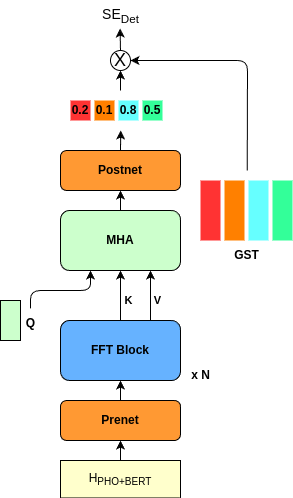
Above: docs/doc/diagrams/deterministic.drawio.png in WiktorProsowicz/ddpm-gst-speech-synthesis (draw.io), before the change. Source tidied: cells renumbered, new cells last; positions are measured from the earlier drawing's top-left corner, leaving out a move shared by most shapes.
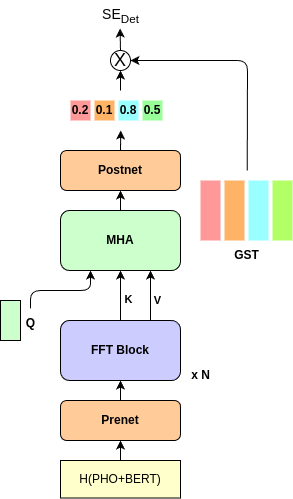
The same file after the commit.

What changed in the source:
```diff
@@ -11,13 +11,13 @@
     <mxCell id="4" style="edgeStyle=none;html=1;exitX=0.5;exitY=0;exitDx=0;exitDy=0;entryX=0.5;entryY=1;entryDx=0;entryDy=0;" parent="1" edge="1" source="5" target="7">
       <mxGeometry relative="1" as="geometry" />
     </mxCell>
-    <mxCell id="5" value="H&lt;sub&gt;PHO+BERT&lt;/sub&gt;" style="rounded=0;whiteSpace=wrap;html=1;fillColor=#FFFFCC;" parent="1" vertex="1">
+    <mxCell id="5" value="H(PHO+BERT)" style="rounded=0;whiteSpace=wrap;html=1;fillColor=#FFFFCC;" parent="1" vertex="1">
       <mxGeometry x="60" y="460" width="120" height="37.5" as="geometry" />
     </mxCell>
     <mxCell id="6" style="edgeStyle=none;html=1;exitX=0.5;exitY=0;exitDx=0;exitDy=0;entryX=0.5;entryY=1;entryDx=0;entryDy=0;" parent="1" edge="1" source="7" target="11">
       <mxGeometry relative="1" as="geometry" />
     </mxCell>
-    <mxCell id="7" value="&lt;b&gt;Prenet&lt;/b&gt;" style="rounded=1;whiteSpace=wrap;html=1;fillColor=#FF9933;" parent="1" vertex="1">
+    <mxCell id="7" value="&lt;b&gt;Prenet&lt;/b&gt;" style="rounded=1;whiteSpace=wrap;html=1;fillColor=#FFCC99;" parent="1" vertex="1">
       <mxGeometry x="60" y="400" width="120" height="40" as="geometry" />
     </mxCell>
     <mxCell id="8" style="edgeStyle=none;html=1;exitX=0.5;exitY=0;exitDx=0;exitDy=0;" parent="1" edge="1" source="9">
@@ -25,13 +25,13 @@
         <mxPoint x="120.2" y="130" as="targetPoint" />
       </mxGeometry>
     </mxCell>
-    <mxCell id="9" value="&lt;b&gt;Postnet&lt;/b&gt;" style="rounded=1;whiteSpace=wrap;html=1;fillColor=#FF9933;" parent="1" vertex="1">
+    <mxCell id="9" value="&lt;b&gt;Postnet&lt;/b&gt;" style="rounded=1;whiteSpace=wrap;html=1;fillColor=#FFCC99;" parent="1" vertex="1">
       <mxGeometry x="60" y="150" width="120" height="40" as="geometry" />
     </mxCell>
     <mxCell id="10" style="group;" parent="1" vertex="1">
       <mxGeometry x="60" y="320" width="160" height="70" as="geometry" />
     </mxCell>
-    <mxCell id="11" value="&lt;b&gt;FFT Block&lt;/b&gt;" style="rounded=1;whiteSpace=wrap;html=1;fillColor=#66B2FF;" parent="10" vertex="1">
+    <mxCell id="11" value="&lt;b&gt;FFT Block&lt;/b&gt;" style="rounded=1;whiteSpace=wrap;html=1;fillColor=#CCCCFF;" parent="10" vertex="1">
       <mxGeometry width="120" height="60" as="geometry" />
     </mxCell>
     <mxCell id="12" value="&lt;b&gt;x N&lt;/b&gt;" style="text;html=1;align=center;verticalAlign=middle;strokeColor=none;fillColor=none;" parent="10" vertex="1">
@@ -71,16 +71,16 @@
     <mxCell id="21" style="group;" parent="1" vertex="1">
       <mxGeometry x="70" y="100" width="92" height="20" as="geometry" />
     </mxCell>
-    <mxCell id="22" value="&lt;b&gt;0.2&lt;/b&gt;" style="rounded=0;whiteSpace=wrap;html=1;strokeColor=none;fillColor=#FF3333;" parent="21" vertex="1">
+    <mxCell id="22" value="&lt;b&gt;0.2&lt;/b&gt;" style="rounded=0;whiteSpace=wrap;html=1;strokeColor=none;fillColor=#FF9999;" parent="21" vertex="1">
       <mxGeometry width="20" height="20" as="geometry" />
     </mxCell>
-    <mxCell id="23" value="&lt;b&gt;0.1&lt;/b&gt;" style="rounded=0;whiteSpace=wrap;html=1;strokeColor=none;fillColor=#FF8000;" parent="21" vertex="1">
+    <mxCell id="23" value="&lt;b&gt;0.1&lt;/b&gt;" style="rounded=0;whiteSpace=wrap;html=1;strokeColor=none;fillColor=#FFB366;" parent="21" vertex="1">
       <mxGeometry x="24" width="20" height="20" as="geometry" />
     </mxCell>
-    <mxCell id="24" value="&lt;b&gt;0.8&lt;/b&gt;" style="rounded=0;whiteSpace=wrap;html=1;strokeColor=none;fillColor=#66FFFF;" parent="21" vertex="1">
+    <mxCell id="24" value="&lt;b&gt;0.8&lt;/b&gt;" style="rounded=0;whiteSpace=wrap;html=1;strokeColor=none;fillColor=#99FFFF;" parent="21" vertex="1">
       <mxGeometry x="48" width="20" height="20" as="geometry" />
     </mxCell>
-    <mxCell id="25" value="&lt;b&gt;0.5&lt;/b&gt;" style="rounded=0;whiteSpace=wrap;html=1;strokeColor=none;fillColor=#33FF99;" parent="21" vertex="1">
+    <mxCell id="25" value="&lt;b&gt;0.5&lt;/b&gt;" style="rounded=0;whiteSpace=wrap;html=1;strokeColor=none;fillColor=#99FF99;" parent="21" vertex="1">
       <mxGeometry x="72" width="20" height="20" as="geometry" />
     </mxCell>
     <mxCell id="26" style="edgeStyle=none;html=1;entryX=0.5;entryY=1;entryDx=0;entryDy=0;" parent="1" edge="1" target="28">
@@ -113,16 +113,16 @@
     <mxCell id="32" style="group;" parent="31" vertex="1">
       <mxGeometry width="92" height="60" as="geometry" />
     </mxCell>
-    <mxCell id="33" style="rounded=0;whiteSpace=wrap;html=1;strokeColor=none;fillColor=#FF3333;" parent="32" vertex="1">
+    <mxCell id="33" style="rounded=0;whiteSpace=wrap;html=1;strokeColor=none;fillColor=#FF9999;" parent="32" vertex="1">
       <mxGeometry width="20" height="60" as="geometry" />
     </mxCell>
-    <mxCell id="34" style="rounded=0;whiteSpace=wrap;html=1;strokeColor=none;fillColor=#FF8000;" parent="32" vertex="1">
+    <mxCell id="34" style="rounded=0;whiteSpace=wrap;html=1;strokeColor=none;fillColor=#FFB366;" parent="32" vertex="1">
       <mxGeometry x="24" width="20" height="60" as="geometry" />
     </mxCell>
-    <mxCell id="35" style="rounded=0;whiteSpace=wrap;html=1;strokeColor=none;fillColor=#66FFFF;" parent="32" vertex="1">
+    <mxCell id="35" style="rounded=0;whiteSpace=wrap;html=1;strokeColor=none;fillColor=#99FFFF;" parent="32" vertex="1">
       <mxGeometry x="48" width="20" height="60" as="geometry" />
     </mxCell>
-    <mxCell id="36" style="rounded=0;whiteSpace=wrap;html=1;strokeColor=none;fillColor=#33FF99;" parent="32" vertex="1">
+    <mxCell id="36" style="rounded=0;whiteSpace=wrap;html=1;strokeColor=none;fillColor=#B3FF66;" parent="32" vertex="1">
       <mxGeometry x="72" width="20" height="60" as="geometry" />
     </mxCell>
     <mxCell id="37" value="&lt;b&gt;GST&lt;/b&gt;" style="text;html=1;align=center;verticalAlign=middle;strokeColor=none;fillColor=none;" parent="31" vertex="1">
```
